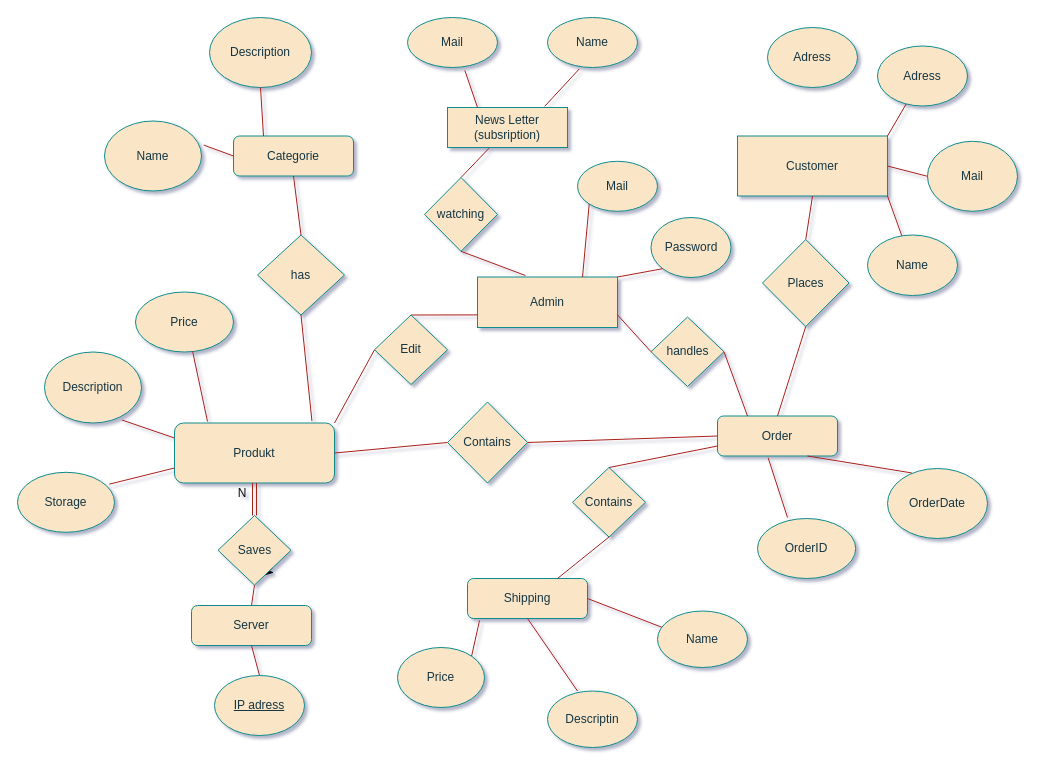
This is page "Page-1" (1 of 2) of Untitled Diagram.drawio from TechWithRyan/Webbshop, a draw.io file, before an edit. Source tidied: cells renumbered, new cells numbered last; positions are measured from the earlier drawing's top-left corner, leaving out a move shared by most shapes. Both pictures are drawn from the tidied source at 100%, with x=0, y=0 at pixel (17, 17).
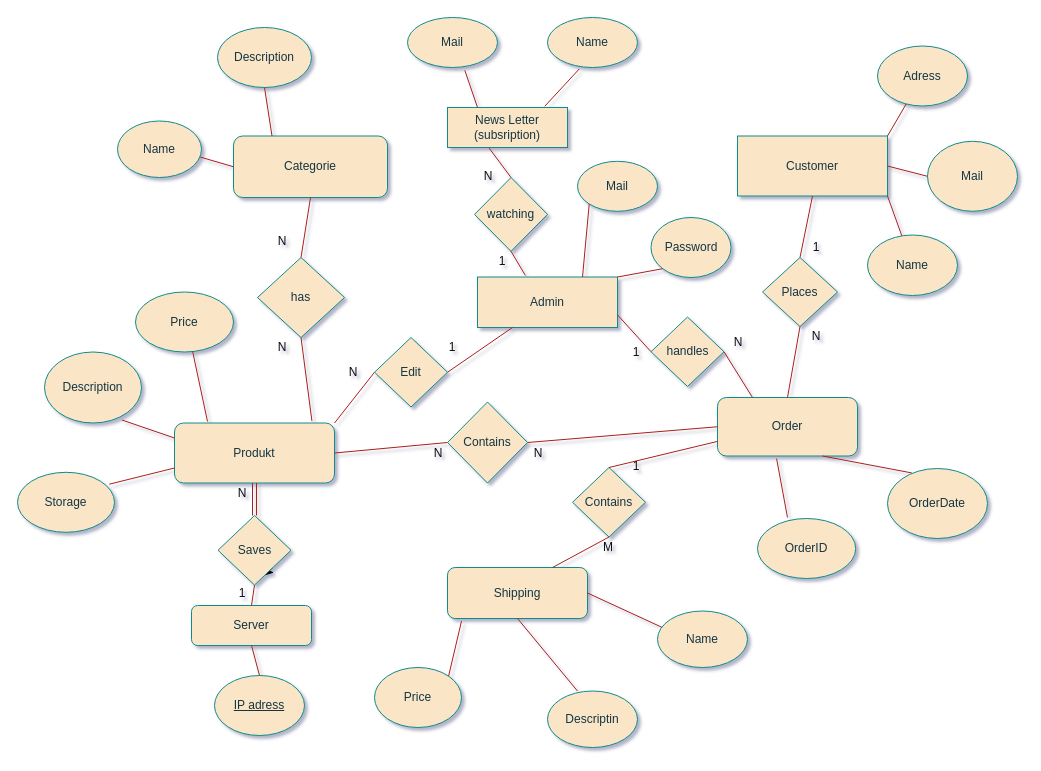
The same diagram, later.

The change refers to these unchanged cells:
```xml
<mxCell id="29" value="Admin" style="rounded=1;whiteSpace=wrap;html=1;fontSize=12;glass=0;strokeWidth=1;shadow=0;arcSize=0;fillColor=#FAE5C7;strokeColor=#0F8B8D;fontColor=#143642;" parent="1" vertex="1">
  <mxGeometry x="460" y="259.5" width="140" height="50.5" as="geometry" />
</mxCell>
```

The edit, as a diff of the source:
```diff
@@
     <mxCell id="4" value="Order" style="rounded=1;whiteSpace=wrap;html=1;fontSize=12;glass=0;strokeWidth=1;shadow=0;fillColor=#FAE5C7;strokeColor=#0F8B8D;fontColor=#143642;" parent="1" vertex="1">
-      <mxGeometry x="700" y="398.5" width="120" height="40" as="geometry" />
+      <mxGeometry x="700" y="380" width="140" height="58.5" as="geometry" />
     </mxCell>
     <mxCell id="5" value="Shipping" style="rounded=1;whiteSpace=wrap;html=1;fontSize=12;glass=0;strokeWidth=1;shadow=0;fillColor=#FAE5C7;strokeColor=#0F8B8D;fontColor=#143642;" parent="1" vertex="1">
-      <mxGeometry x="450" y="561" width="120" height="40" as="geometry" />
+      <mxGeometry x="430" y="550" width="140" height="51" as="geometry" />
     </mxCell>
@@
     <mxCell id="13" value="Price" style="ellipse;whiteSpace=wrap;html=1;fillColor=#FAE5C7;strokeColor=#0F8B8D;fontColor=#143642;" parent="1" vertex="1">
-      <mxGeometry x="380" y="630" width="87" height="60" as="geometry" />
+      <mxGeometry x="357" y="650" width="87" height="60" as="geometry" />
     </mxCell>
@@
     <mxCell id="37" value="Places" style="rhombus;whiteSpace=wrap;html=1;fillColor=#FAE5C7;strokeColor=#0F8B8D;fontColor=#143642;" parent="1" vertex="1">
-      <mxGeometry x="745" y="222" width="86.5" height="87" as="geometry" />
+      <mxGeometry x="745" y="240" width="75" height="69" as="geometry" />
     </mxCell>
@@
     <mxCell id="42" value="has" style="rhombus;whiteSpace=wrap;html=1;fillColor=#FAE5C7;strokeColor=#0F8B8D;fontColor=#143642;" parent="1" vertex="1">
-      <mxGeometry x="240" y="217.5" width="87" height="80" as="geometry" />
+      <mxGeometry x="240" y="240" width="87" height="80" as="geometry" />
     </mxCell>
@@
     <mxCell id="44" value="Categorie" style="rounded=1;whiteSpace=wrap;html=1;fontSize=12;glass=0;strokeWidth=1;shadow=0;fillColor=#FAE5C7;strokeColor=#0F8B8D;fontColor=#143642;" parent="1" vertex="1">
-      <mxGeometry x="216" y="118.5" width="120" height="40" as="geometry" />
+      <mxGeometry x="216" y="118.5" width="154" height="61.5" as="geometry" />
     </mxCell>
@@
     <mxCell id="46" value="Name" style="ellipse;whiteSpace=wrap;html=1;fillColor=#FAE5C7;strokeColor=#0F8B8D;fontColor=#143642;" parent="1" vertex="1">
-      <mxGeometry x="87" y="103.5" width="97" height="70" as="geometry" />
+      <mxGeometry x="100" y="103.5" width="84" height="56.5" as="geometry" />
     </mxCell>
     <mxCell id="47" value="Description" style="ellipse;whiteSpace=wrap;html=1;fillColor=#FAE5C7;strokeColor=#0F8B8D;fontColor=#143642;" parent="1" vertex="1">
-      <mxGeometry x="192" width="102" height="70" as="geometry" />
+      <mxGeometry x="200" y="10" width="94" height="60" as="geometry" />
     </mxCell>
-    <mxCell id="48" style="endArrow=none;html=1;exitX=0;exitY=0.5;exitDx=0;exitDy=0;entryX=1.023;entryY=0.344;entryDx=0;entryDy=0;labelBackgroundColor=#DAD2D8;strokeColor=#A8201A;fontColor=#143642;entryPerimeter=0;" parent="1" edge="1" source="44" target="46">
+    <mxCell id="48" style="endArrow=none;html=1;exitX=0;exitY=0.5;exitDx=0;exitDy=0;entryX=0.985;entryY=0.638;entryDx=0;entryDy=0;labelBackgroundColor=#DAD2D8;strokeColor=#A8201A;fontColor=#143642;entryPerimeter=0;" parent="1" edge="1" source="44" target="46">
       <mxGeometry relative="1" as="geometry" />
     </mxCell>
@@
-    <mxCell id="51" style="endArrow=none;html=1;exitX=0.5;exitY=0;exitDx=0;exitDy=0;labelBackgroundColor=#DAD2D8;strokeColor=#A8201A;fontColor=#143642;entryX=0;entryY=0.75;entryDx=0;entryDy=0;" parent="1" edge="1" source="52" target="29">
+    <mxCell id="51" style="endArrow=none;html=1;exitX=1;exitY=0.5;exitDx=0;exitDy=0;labelBackgroundColor=#DAD2D8;strokeColor=#A8201A;fontColor=#143642;entryX=0.25;entryY=1;entryDx=0;entryDy=0;" parent="1" edge="1" source="52" target="29">
       <mxGeometry relative="1" as="geometry" />
     </mxCell>
     <mxCell id="52" value="Edit" style="rhombus;whiteSpace=wrap;html=1;fillColor=#FAE5C7;strokeColor=#0F8B8D;fontColor=#143642;" parent="1" vertex="1">
-      <mxGeometry x="357" y="297.5" width="73" height="69.5" as="geometry" />
+      <mxGeometry x="357" y="320" width="73" height="69.5" as="geometry" />
     </mxCell>
@@
     <mxCell id="56" value="watching" style="rhombus;whiteSpace=wrap;html=1;fillColor=#FAE5C7;strokeColor=#0F8B8D;fontColor=#143642;" parent="1" vertex="1">
-      <mxGeometry x="407" y="160" width="73" height="73.8" as="geometry" />
+      <mxGeometry x="457" y="160" width="73" height="73.8" as="geometry" />
     </mxCell>
@@
-    <mxCell id="74" value="Adress" style="ellipse;whiteSpace=wrap;html=1;fillColor=#FAE5C7;strokeColor=#0F8B8D;fontColor=#143642;" parent="1" vertex="1">
-      <mxGeometry x="750" y="10" width="90" height="60" as="geometry" />
-    </mxCell>
+    <mxCell id="75" value="1" style="text;html=1;strokeColor=none;fillColor=none;align=center;verticalAlign=middle;whiteSpace=wrap;rounded=0;fontColor=#0D0D0D;" parent="1" vertex="1">
+      <mxGeometry x="216" y="565.5" width="18" height="20" as="geometry" />
+    </mxCell>
+    <mxCell id="76" value="N" style="text;html=1;strokeColor=none;fillColor=none;align=center;verticalAlign=middle;whiteSpace=wrap;rounded=0;fontColor=#0D0D0D;" parent="1" vertex="1">
+      <mxGeometry x="412" y="425.5" width="18" height="20" as="geometry" />
+    </mxCell>
+    <mxCell id="77" value="N" style="text;html=1;strokeColor=none;fillColor=none;align=center;verticalAlign=middle;whiteSpace=wrap;rounded=0;fontColor=#0D0D0D;" parent="1" vertex="1">
+      <mxGeometry x="512" y="425.5" width="18" height="20" as="geometry" />
+    </mxCell>
+    <mxCell id="78" value="N" style="text;html=1;strokeColor=none;fillColor=none;align=center;verticalAlign=middle;whiteSpace=wrap;rounded=0;fontColor=#0D0D0D;" parent="1" vertex="1">
+      <mxGeometry x="327" y="344.8" width="18" height="20" as="geometry" />
+    </mxCell>
+    <mxCell id="79" value="1" style="text;html=1;strokeColor=none;fillColor=none;align=center;verticalAlign=middle;whiteSpace=wrap;rounded=0;fontColor=#0D0D0D;" parent="1" vertex="1">
+      <mxGeometry x="420" y="320" width="30" height="20" as="geometry" />
+    </mxCell>
+    <mxCell id="80" value="N" style="text;html=1;strokeColor=none;fillColor=none;align=center;verticalAlign=middle;whiteSpace=wrap;rounded=0;fontColor=#0D0D0D;" parent="1" vertex="1">
+      <mxGeometry x="255.5" y="320" width="18" height="20" as="geometry" />
+    </mxCell>
+    <mxCell id="81" value="N" style="text;html=1;strokeColor=none;fillColor=none;align=center;verticalAlign=middle;whiteSpace=wrap;rounded=0;fontColor=#0D0D0D;" parent="1" vertex="1">
+      <mxGeometry x="255.5" y="213.8" width="18" height="20" as="geometry" />
+    </mxCell>
+    <mxCell id="82" value="N" style="text;html=1;strokeColor=none;fillColor=none;align=center;verticalAlign=middle;whiteSpace=wrap;rounded=0;fontColor=#0D0D0D;" parent="1" vertex="1">
+      <mxGeometry x="712" y="314.5" width="18" height="20" as="geometry" />
+    </mxCell>
+    <mxCell id="83" value="1" style="text;html=1;strokeColor=none;fillColor=none;align=center;verticalAlign=middle;whiteSpace=wrap;rounded=0;fontColor=#0D0D0D;" parent="1" vertex="1">
+      <mxGeometry x="610" y="324.8" width="18" height="20" as="geometry" />
+    </mxCell>
+    <mxCell id="84" value="N" style="text;html=1;strokeColor=none;fillColor=none;align=center;verticalAlign=middle;whiteSpace=wrap;rounded=0;fontColor=#0D0D0D;" parent="1" vertex="1">
+      <mxGeometry x="790" y="309" width="18" height="20" as="geometry" />
+    </mxCell>
+    <mxCell id="85" value="1" style="text;html=1;strokeColor=none;fillColor=none;align=center;verticalAlign=middle;whiteSpace=wrap;rounded=0;fontColor=#0D0D0D;" parent="1" vertex="1">
+      <mxGeometry x="790" y="220" width="18" height="20" as="geometry" />
+    </mxCell>
+    <mxCell id="86" value="N" style="text;html=1;strokeColor=none;fillColor=none;align=center;verticalAlign=middle;whiteSpace=wrap;rounded=0;fontColor=#0D0D0D;" parent="1" vertex="1">
+      <mxGeometry x="462" y="148.8" width="18" height="20" as="geometry" />
+    </mxCell>
+    <mxCell id="87" value="1" style="text;html=1;strokeColor=none;fillColor=none;align=center;verticalAlign=middle;whiteSpace=wrap;rounded=0;fontColor=#0D0D0D;" parent="1" vertex="1">
+      <mxGeometry x="470" y="233.8" width="30" height="20" as="geometry" />
+    </mxCell>
+    <mxCell id="88" value="1" style="text;html=1;strokeColor=none;fillColor=none;align=center;verticalAlign=middle;whiteSpace=wrap;rounded=0;fontColor=#0D0D0D;" parent="1" vertex="1">
+      <mxGeometry x="610" y="438.5" width="18" height="20" as="geometry" />
+    </mxCell>
+    <mxCell id="89" value="M" style="text;html=1;strokeColor=none;fillColor=none;align=center;verticalAlign=middle;whiteSpace=wrap;rounded=0;fontColor=#0D0D0D;" parent="1" vertex="1">
+      <mxGeometry x="582" y="519.5" width="18" height="20" as="geometry" />
+    </mxCell>
```
